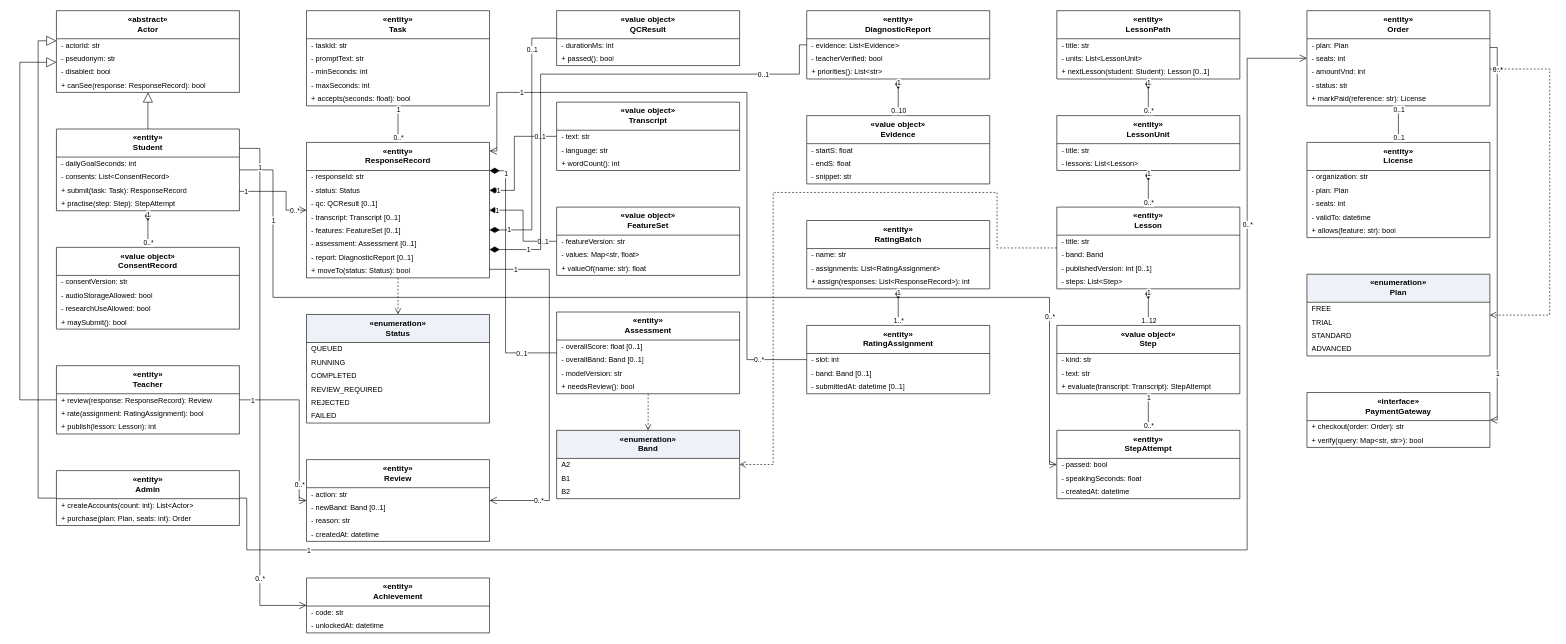
The draw.io diagram docs/sdd/diagrams/target/02_class_v3_overview.drawio in ThanhSangLouis/ai-assessor-cefr, before the edit. Source tidied: cells renumbered, new cells numbered last; positions are measured from the earlier drawing's top-left corner, leaving out a move shared by most shapes. Both pictures are drawn from the tidied source at 61%, with x=0, y=0 at pixel (20, 10).
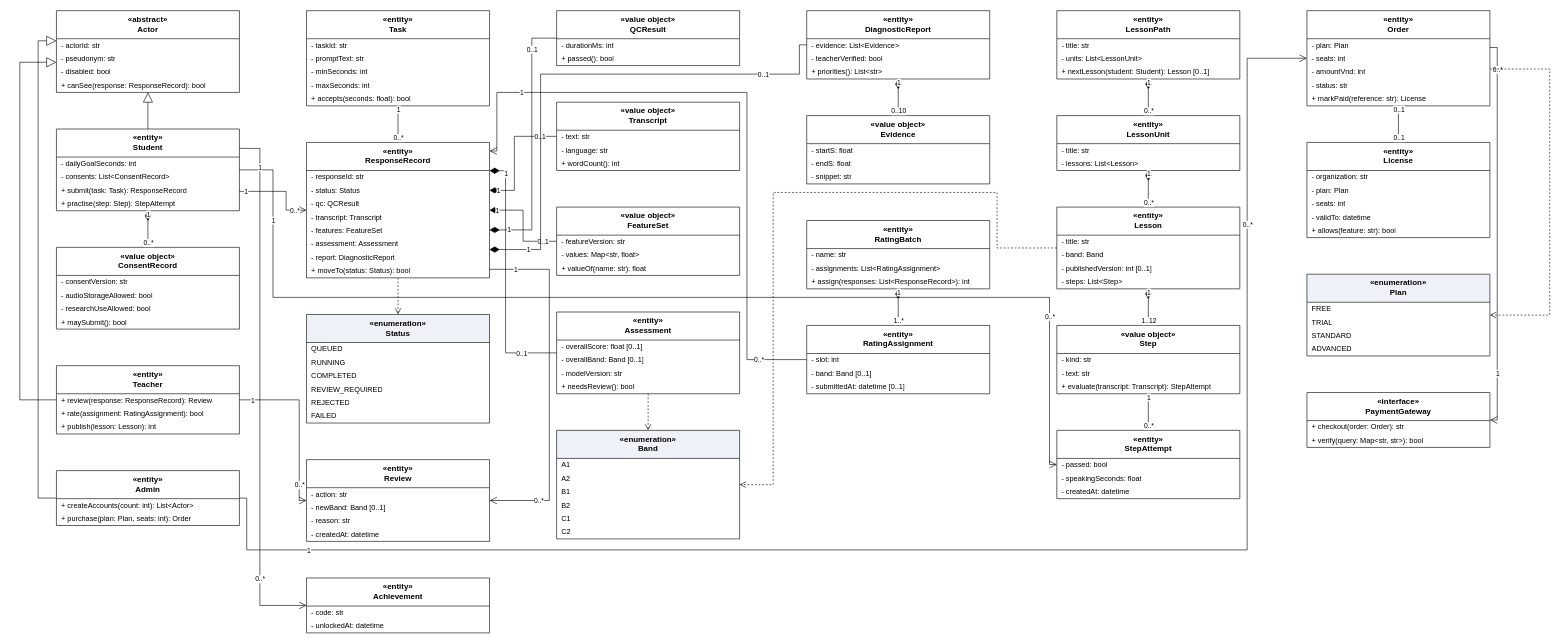
Above is the later version.

Unchanged cells that the change refers to:
```xml
<mxCell id="30" value="«entity»&lt;br&gt;ResponseRecord" style="swimlane;fontStyle=1;align=center;verticalAlign=top;horizontal=1;startSize=46;whiteSpace=wrap;html=1;fillColor=#ffffff;strokeColor=#000000;fontSize=13;" parent="1" vertex="1">
  <mxGeometry x="470" y="216" width="300" height="222" as="geometry" />
</mxCell>
<mxCell id="75" value="«entity»&lt;br&gt;Lesson" style="swimlane;fontStyle=1;align=center;verticalAlign=top;horizontal=1;startSize=46;whiteSpace=wrap;html=1;fillColor=#ffffff;strokeColor=#000000;fontSize=13;" parent="1" vertex="1">
  <mxGeometry x="1700" y="322" width="300" height="134" as="geometry" />
</mxCell>
```

What changed in the source:
```diff
@@
-    <mxCell id="33" value="- qc: QCResult [0..1]" style="text;strokeColor=none;fillColor=none;align=left;verticalAlign=middle;spacingLeft=6;spacingRight=6;overflow=hidden;whiteSpace=wrap;html=1;fontSize=12;" parent="30" vertex="1">
+    <mxCell id="33" value="- qc: QCResult" style="text;strokeColor=none;fillColor=none;align=left;verticalAlign=middle;spacingLeft=6;spacingRight=6;overflow=hidden;whiteSpace=wrap;html=1;fontSize=12;" parent="30" vertex="1">
       <mxGeometry y="90" width="300" height="22" as="geometry" />
     </mxCell>
-    <mxCell id="34" value="- transcript: Transcript [0..1]" style="text;strokeColor=none;fillColor=none;align=left;verticalAlign=middle;spacingLeft=6;spacingRight=6;overflow=hidden;whiteSpace=wrap;html=1;fontSize=12;" parent="30" vertex="1">
+    <mxCell id="34" value="- transcript: Transcript" style="text;strokeColor=none;fillColor=none;align=left;verticalAlign=middle;spacingLeft=6;spacingRight=6;overflow=hidden;whiteSpace=wrap;html=1;fontSize=12;" parent="30" vertex="1">
       <mxGeometry y="112" width="300" height="22" as="geometry" />
     </mxCell>
-    <mxCell id="35" value="- features: FeatureSet [0..1]" style="text;strokeColor=none;fillColor=none;align=left;verticalAlign=middle;spacingLeft=6;spacingRight=6;overflow=hidden;whiteSpace=wrap;html=1;fontSize=12;" parent="30" vertex="1">
+    <mxCell id="35" value="- features: FeatureSet" style="text;strokeColor=none;fillColor=none;align=left;verticalAlign=middle;spacingLeft=6;spacingRight=6;overflow=hidden;whiteSpace=wrap;html=1;fontSize=12;" parent="30" vertex="1">
       <mxGeometry y="134" width="300" height="22" as="geometry" />
     </mxCell>
-    <mxCell id="36" value="- assessment: Assessment [0..1]" style="text;strokeColor=none;fillColor=none;align=left;verticalAlign=middle;spacingLeft=6;spacingRight=6;overflow=hidden;whiteSpace=wrap;html=1;fontSize=12;" parent="30" vertex="1">
+    <mxCell id="36" value="- assessment: Assessment" style="text;strokeColor=none;fillColor=none;align=left;verticalAlign=middle;spacingLeft=6;spacingRight=6;overflow=hidden;whiteSpace=wrap;html=1;fontSize=12;" parent="30" vertex="1">
       <mxGeometry y="156" width="300" height="22" as="geometry" />
     </mxCell>
-    <mxCell id="37" value="- report: DiagnosticReport [0..1]" style="text;strokeColor=none;fillColor=none;align=left;verticalAlign=middle;spacingLeft=6;spacingRight=6;overflow=hidden;whiteSpace=wrap;html=1;fontSize=12;" parent="30" vertex="1">
+    <mxCell id="37" value="- report: DiagnosticReport" style="text;strokeColor=none;fillColor=none;align=left;verticalAlign=middle;spacingLeft=6;spacingRight=6;overflow=hidden;whiteSpace=wrap;html=1;fontSize=12;" parent="30" vertex="1">
       <mxGeometry y="178" width="300" height="22" as="geometry" />
     </mxCell>
@@
     <mxCell id="121" value="«enumeration»&lt;br&gt;Band" style="swimlane;fontStyle=1;align=center;verticalAlign=top;horizontal=1;startSize=46;whiteSpace=wrap;html=1;fillColor=#eef2f8;strokeColor=#000000;fontSize=13;" parent="1" vertex="1">
-      <mxGeometry x="880" y="688" width="300" height="112" as="geometry" />
+      <mxGeometry x="880" y="688" width="300" height="178" as="geometry" />
     </mxCell>
-    <mxCell id="122" value="A2" style="text;strokeColor=none;fillColor=none;align=left;verticalAlign=middle;spacingLeft=6;spacingRight=6;overflow=hidden;whiteSpace=wrap;html=1;fontSize=12;" parent="121" vertex="1">
+    <mxCell id="122" value="A1" style="text;strokeColor=none;fillColor=none;align=left;verticalAlign=middle;spacingLeft=6;spacingRight=6;overflow=hidden;whiteSpace=wrap;html=1;fontSize=12;" parent="121" vertex="1">
       <mxGeometry y="46" width="300" height="22" as="geometry" />
     </mxCell>
-    <mxCell id="123" value="B1" style="text;strokeColor=none;fillColor=none;align=left;verticalAlign=middle;spacingLeft=6;spacingRight=6;overflow=hidden;whiteSpace=wrap;html=1;fontSize=12;" parent="121" vertex="1">
+    <mxCell id="123" value="A2" style="text;strokeColor=none;fillColor=none;align=left;verticalAlign=middle;spacingLeft=6;spacingRight=6;overflow=hidden;whiteSpace=wrap;html=1;fontSize=12;" parent="121" vertex="1">
       <mxGeometry y="68" width="300" height="22" as="geometry" />
     </mxCell>
-    <mxCell id="124" value="B2" style="text;strokeColor=none;fillColor=none;align=left;verticalAlign=middle;spacingLeft=6;spacingRight=6;overflow=hidden;whiteSpace=wrap;html=1;fontSize=12;" parent="121" vertex="1">
+    <mxCell id="124" value="B1" style="text;strokeColor=none;fillColor=none;align=left;verticalAlign=middle;spacingLeft=6;spacingRight=6;overflow=hidden;whiteSpace=wrap;html=1;fontSize=12;" parent="121" vertex="1">
       <mxGeometry y="90" width="300" height="22" as="geometry" />
     </mxCell>
+    <mxCell id="203" value="B2" style="text;strokeColor=none;fillColor=none;align=left;verticalAlign=middle;spacingLeft=6;spacingRight=6;overflow=hidden;whiteSpace=wrap;html=1;fontSize=12;" parent="121" vertex="1">
+      <mxGeometry y="112" width="300" height="22" as="geometry" />
+    </mxCell>
+    <mxCell id="204" value="C1" style="text;strokeColor=none;fillColor=none;align=left;verticalAlign=middle;spacingLeft=6;spacingRight=6;overflow=hidden;whiteSpace=wrap;html=1;fontSize=12;" parent="121" vertex="1">
+      <mxGeometry y="134" width="300" height="22" as="geometry" />
+    </mxCell>
+    <mxCell id="205" value="C2" style="text;strokeColor=none;fillColor=none;align=left;verticalAlign=middle;spacingLeft=6;spacingRight=6;overflow=hidden;whiteSpace=wrap;html=1;fontSize=12;" parent="121" vertex="1">
+      <mxGeometry y="156" width="300" height="22" as="geometry" />
+    </mxCell>
@@
     <mxCell id="201" style="endArrow=open;html=1;endSize=8;dashed=1;edgeStyle=orthogonalEdgeStyle;rounded=0;strokeColor=#000000;fontSize=10;fontColor=#000000;exitX=0;exitY=0.5;exitDx=0;exitDy=0;entryX=1;entryY=0.5;entryDx=0;entryDy=0;" parent="1" edge="1" source="75" target="121">
       <mxGeometry relative="1" as="geometry">
         <Array as="points">
           <mxPoint x="1602" y="389" />
           <mxPoint x="1602" y="298" />
           <mxPoint x="1235" y="298" />
-          <mxPoint x="1235" y="744" />
+          <mxPoint x="1235" y="777" />
         </Array>
       </mxGeometry>
     </mxCell>
```
